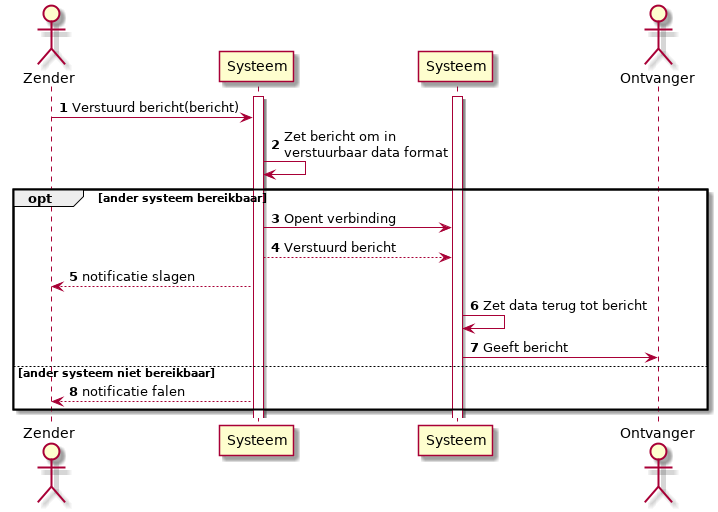
Above: Docs/DesignDocumenten/UML/out/usecase/sequence/VersturenBericht/VersturenBericht.png in mauriceberentsen/Automated-Drone-Distribution-Network (PlantUML), before the change.
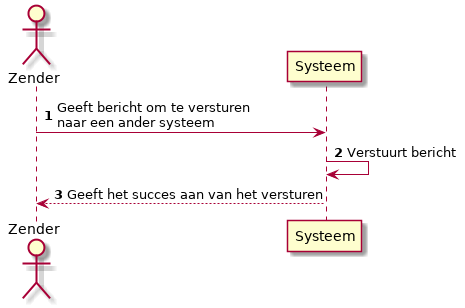
After the commit.

What changed in the source:
```diff
@@ -1,23 +1,11 @@
 @startuml
 
 autonumber
-actor "Zender" as AT
+actor "Zender" as Zen
 participant "Systeem" as sys
-participant "Systeem" as osys
-actor "Ontvanger" as ONT
 
-activate sys
-activate osys
-AT -> sys  : Verstuurd bericht(bericht)
-sys -> sys : Zet bericht om in\nverstuurbaar data format
-opt ander systeem bereikbaar
-sys -> osys : Opent verbinding
-sys --> osys : Verstuurd bericht
-AT <-- sys : notificatie slagen
-osys -> osys : Zet data terug tot bericht
-osys -> ONT : Geeft bericht
-else ander systeem niet bereikbaar
-AT <-- sys : notificatie falen
-end
+Zen -> sys : Geeft bericht om te versturen\nnaar een ander systeem
+sys -> sys : Verstuurt bericht
+Zen <-- sys : Geeft het succes aan van het versturen
 
 @enduml
```
